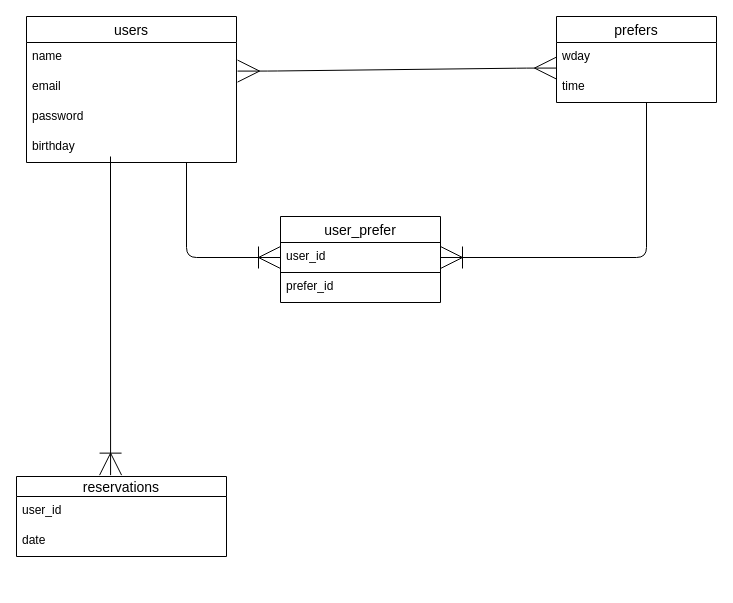
The draw.io diagram nailsalon.dio in iehnfmsm/nailsalon, before the edit. Source tidied: cells renumbered, new cells numbered last; positions are measured from the earlier drawing's top-left corner, leaving out a move shared by most shapes. Both pictures are drawn from the tidied source at 100%, with x=0, y=0 at pixel (16, 16).
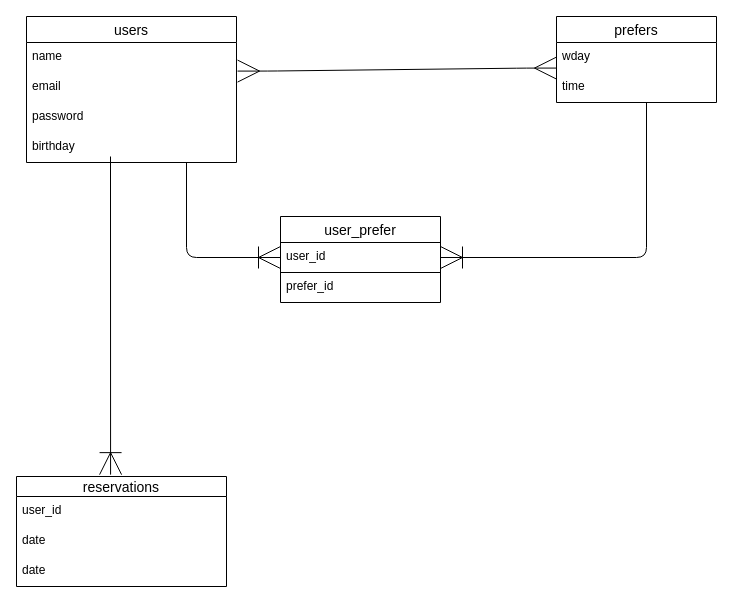
The same page after the edit.

Diff of the diagram source:
```diff
@@
     <mxCell id="7" value="reservations" style="swimlane;fontStyle=0;horizontal=1;startSize=20;align=center;fontSize=14;" parent="1" vertex="1">
-      <mxGeometry y="460" width="210" height="80" as="geometry" />
+      <mxGeometry y="460" width="210" height="110" as="geometry" />
     </mxCell>
@@
+    <mxCell id="20" value="date" style="text;strokeColor=none;fillColor=none;spacingLeft=4;spacingRight=4;overflow=hidden;fontSize=12;" parent="7" vertex="1">
+      <mxGeometry y="80" width="210" height="30" as="geometry" />
+    </mxCell>
```
